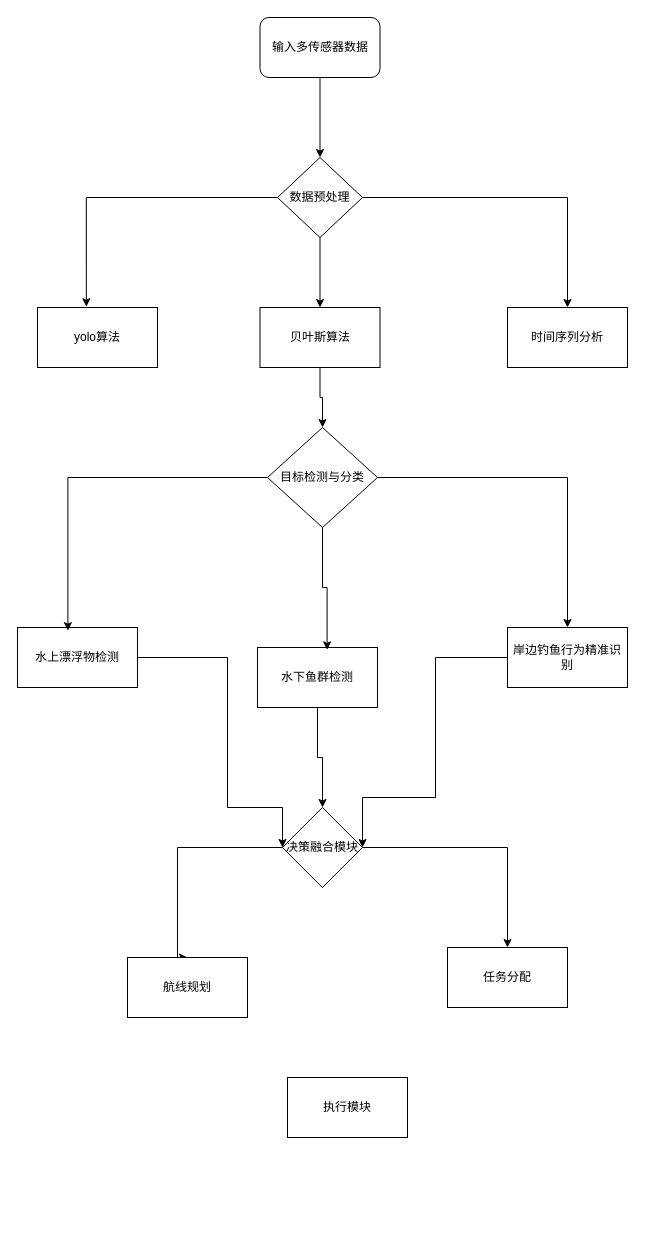
Earlier version of the draw.io diagram 未命名绘图.drawio (1487879421888/-Pake). Source tidied: cells renumbered, new cells numbered last; positions are measured from the earlier drawing's top-left corner, leaving out a move shared by most shapes. Both pictures are drawn from the tidied source at 100%, with x=0, y=0 at pixel (17, 17).
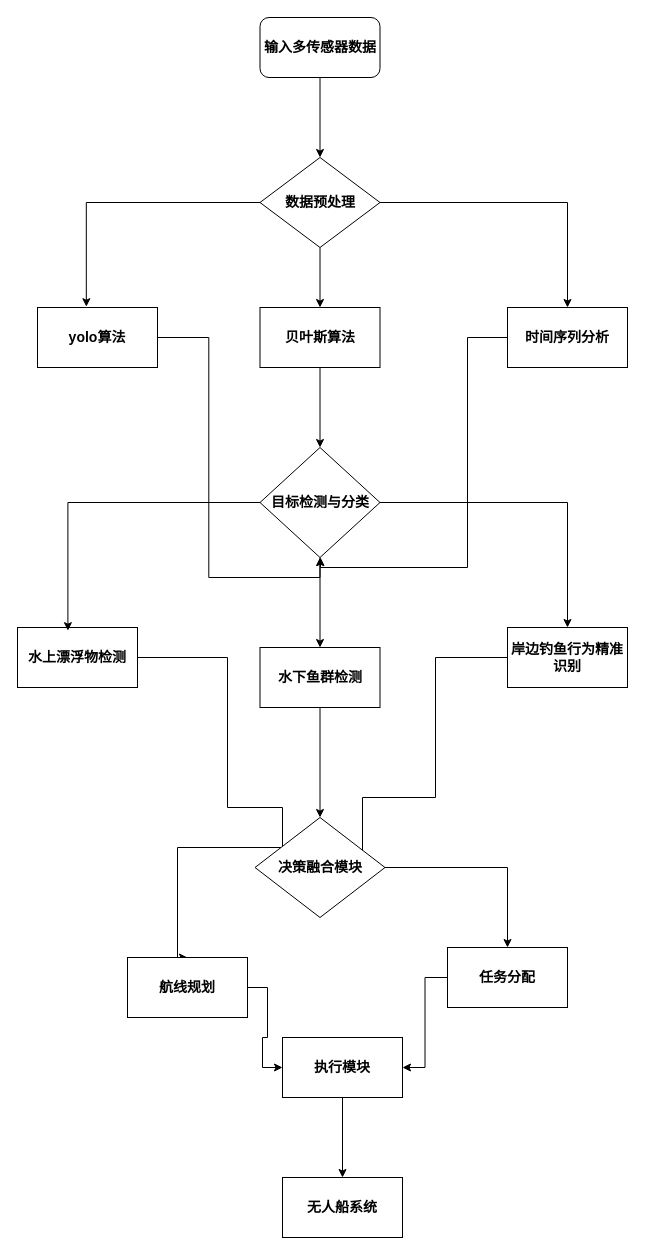
The same page after the edit.

Commit message:
更新未命名绘图.drawio

What changed in the source:
```diff
@@
-    <mxCell id="2" style="edgeStyle=orthogonalEdgeStyle;rounded=0;jettySize=auto;html=1;entryX=0.5;entryY=0;entryDx=0;entryDy=0;" parent="1" edge="1" source="3" target="6">
+    <mxCell id="2" style="edgeStyle=orthogonalEdgeStyle;rounded=0;jettySize=auto;html=1;entryX=0.5;entryY=0;entryDx=0;entryDy=0;strokeWidth=1;fontSize=14;fontStyle=1;" parent="1" edge="1" source="3" target="6">
       <mxGeometry relative="1" as="geometry" />
     </mxCell>
-    <mxCell id="3" value="输入多传感器数据" style="rounded=1;whiteSpace=wrap;html=1;" parent="1" vertex="1">
+    <mxCell id="3" value="输入多传感器数据" style="rounded=1;whiteSpace=wrap;html=1;strokeWidth=1;fontSize=14;fontStyle=1;" parent="1" vertex="1">
       <mxGeometry x="242.5" width="120" height="60" as="geometry" />
     </mxCell>
-    <mxCell id="4" style="edgeStyle=orthogonalEdgeStyle;rounded=0;jettySize=auto;html=1;entryX=0.5;entryY=0;entryDx=0;entryDy=0;" parent="1" edge="1" source="6" target="9">
+    <mxCell id="4" style="edgeStyle=orthogonalEdgeStyle;rounded=0;jettySize=auto;html=1;entryX=0.5;entryY=0;entryDx=0;entryDy=0;strokeWidth=1;fontSize=14;fontStyle=1;" parent="1" edge="1" source="6" target="9">
       <mxGeometry relative="1" as="geometry" />
     </mxCell>
-    <mxCell id="5" style="edgeStyle=orthogonalEdgeStyle;rounded=0;jettySize=auto;html=1;entryX=0.5;entryY=0;entryDx=0;entryDy=0;" parent="1" edge="1" source="6" target="10">
+    <mxCell id="5" style="edgeStyle=orthogonalEdgeStyle;rounded=0;jettySize=auto;html=1;entryX=0.5;entryY=0;entryDx=0;entryDy=0;strokeWidth=1;fontSize=14;fontStyle=1;" parent="1" edge="1" source="6" target="10">
       <mxGeometry relative="1" as="geometry" />
     </mxCell>
-    <mxCell id="6" value="数据预处理" style="rhombus;whiteSpace=wrap;html=1;" parent="1" vertex="1">
-      <mxGeometry x="260" y="140" width="85" height="80" as="geometry" />
+    <mxCell id="6" value="数据预处理" style="rhombus;whiteSpace=wrap;html=1;strokeWidth=1;fontSize=14;fontStyle=1;" parent="1" vertex="1">
+      <mxGeometry x="242.5" y="140" width="120" height="90" as="geometry" />
     </mxCell>
+    <mxCell id="28" style="edgeStyle=orthogonalEdgeStyle;rounded=0;jettySize=auto;html=1;entryX=0.5;entryY=1;entryDx=0;entryDy=0;fontStyle=1;" parent="1" edge="1" source="7" target="13">
+      <mxGeometry relative="1" as="geometry" />
+    </mxCell>
-    <mxCell id="7" value="yolo算法" style="rounded=0;whiteSpace=wrap;html=1;" parent="1" vertex="1">
+    <mxCell id="7" value="yolo算法" style="rounded=0;whiteSpace=wrap;html=1;strokeWidth=1;fontSize=14;fontStyle=1;" parent="1" vertex="1">
       <mxGeometry x="20" y="290" width="120" height="60" as="geometry" />
     </mxCell>
-    <mxCell id="8" style="edgeStyle=orthogonalEdgeStyle;rounded=0;jettySize=auto;html=1;" parent="1" edge="1" source="9" target="13">
+    <mxCell id="8" style="edgeStyle=orthogonalEdgeStyle;rounded=0;jettySize=auto;html=1;strokeWidth=1;fontSize=14;fontStyle=1;" parent="1" edge="1" source="9" target="13">
       <mxGeometry relative="1" as="geometry" />
     </mxCell>
-    <mxCell id="9" value="贝叶斯算法" style="rounded=0;whiteSpace=wrap;html=1;" parent="1" vertex="1">
+    <mxCell id="9" value="贝叶斯算法" style="rounded=0;whiteSpace=wrap;html=1;strokeWidth=1;fontSize=14;fontStyle=1;" parent="1" vertex="1">
       <mxGeometry x="242.5" y="290" width="120" height="60" as="geometry" />
     </mxCell>
-    <mxCell id="10" value="时间序列分析" style="rounded=0;whiteSpace=wrap;html=1;" parent="1" vertex="1">
+    <mxCell id="10" value="时间序列分析" style="rounded=0;whiteSpace=wrap;html=1;strokeWidth=1;fontSize=14;fontStyle=1;" parent="1" vertex="1">
       <mxGeometry x="490" y="290" width="120" height="60" as="geometry" />
     </mxCell>
-    <mxCell id="11" style="edgeStyle=orthogonalEdgeStyle;rounded=0;jettySize=auto;html=1;entryX=0.407;entryY=-0.013;entryDx=0;entryDy=0;entryPerimeter=0;" parent="1" edge="1" source="6" target="7">
+    <mxCell id="11" style="edgeStyle=orthogonalEdgeStyle;rounded=0;jettySize=auto;html=1;entryX=0.407;entryY=-0.013;entryDx=0;entryDy=0;entryPerimeter=0;strokeWidth=1;fontSize=14;fontStyle=1;" parent="1" edge="1" source="6" target="7">
       <mxGeometry relative="1" as="geometry" />
     </mxCell>
-    <mxCell id="12" style="edgeStyle=orthogonalEdgeStyle;rounded=0;jettySize=auto;html=1;entryX=0.5;entryY=0;entryDx=0;entryDy=0;" parent="1" edge="1" source="13" target="15">
+    <mxCell id="12" style="edgeStyle=orthogonalEdgeStyle;rounded=0;jettySize=auto;html=1;entryX=0.5;entryY=0;entryDx=0;entryDy=0;strokeWidth=1;fontSize=14;fontStyle=1;" parent="1" edge="1" source="13" target="15">
       <mxGeometry relative="1" as="geometry" />
     </mxCell>
-    <mxCell id="13" value="目标检测与分类" style="rhombus;whiteSpace=wrap;html=1;rounded=0;" parent="1" vertex="1">
-      <mxGeometry x="250" y="410" width="110" height="100" as="geometry" />
-    </mxCell>
-    <mxCell id="14" style="edgeStyle=orthogonalEdgeStyle;rounded=0;jettySize=auto;html=1;entryX=1;entryY=0.5;entryDx=0;entryDy=0;" parent="1" edge="1" source="15" target="24">
+    <mxCell id="14" style="edgeStyle=orthogonalEdgeStyle;rounded=0;jettySize=auto;html=1;entryX=1;entryY=0.5;entryDx=0;entryDy=0;strokeWidth=1;fontSize=14;fontStyle=1;" parent="1" edge="1" source="15" target="24">
       <mxGeometry relative="1" as="geometry">
         <Array as="points">
           <mxPoint x="418" y="640" />
           <mxPoint x="418" y="780" />
           <mxPoint x="345" y="780" />
         </Array>
       </mxGeometry>
     </mxCell>
-    <mxCell id="15" value="岸边钓鱼行为精准识别" style="rounded=0;whiteSpace=wrap;html=1;" parent="1" vertex="1">
+    <mxCell id="15" value="岸边钓鱼行为精准识别" style="rounded=0;whiteSpace=wrap;html=1;strokeWidth=1;fontSize=14;fontStyle=1;" parent="1" vertex="1">
       <mxGeometry x="490" y="610" width="120" height="60" as="geometry" />
     </mxCell>
-    <mxCell id="16" style="edgeStyle=orthogonalEdgeStyle;rounded=0;jettySize=auto;html=1;" parent="1" edge="1" source="17" target="24">
+    <mxCell id="16" style="edgeStyle=orthogonalEdgeStyle;rounded=0;jettySize=auto;html=1;strokeWidth=1;fontSize=14;fontStyle=1;" parent="1" edge="1" source="17" target="24">
       <mxGeometry relative="1" as="geometry" />
     </mxCell>
-    <mxCell id="17" value="水下鱼群检测" style="rounded=0;whiteSpace=wrap;html=1;" parent="1" vertex="1">
-      <mxGeometry x="240" y="630" width="120" height="60" as="geometry" />
+    <mxCell id="17" value="水下鱼群检测" style="rounded=0;whiteSpace=wrap;html=1;strokeWidth=1;fontSize=14;fontStyle=1;" parent="1" vertex="1">
+      <mxGeometry x="242.5" y="630" width="120" height="60" as="geometry" />
     </mxCell>
-    <mxCell id="18" style="edgeStyle=orthogonalEdgeStyle;rounded=0;jettySize=auto;html=1;entryX=0;entryY=0.5;entryDx=0;entryDy=0;" parent="1" edge="1" source="19" target="24">
+    <mxCell id="18" style="edgeStyle=orthogonalEdgeStyle;rounded=0;jettySize=auto;html=1;entryX=0;entryY=0.5;entryDx=0;entryDy=0;strokeWidth=1;fontSize=14;fontStyle=1;" parent="1" edge="1" source="19" target="24">
       <mxGeometry relative="1" as="geometry">
         <Array as="points">
           <mxPoint x="210" y="640" />
           <mxPoint x="210" y="790" />
           <mxPoint x="265" y="790" />
         </Array>
       </mxGeometry>
     </mxCell>
-    <mxCell id="19" value="水上漂浮物检测" style="rounded=0;whiteSpace=wrap;html=1;" parent="1" vertex="1">
+    <mxCell id="19" value="水上漂浮物检测" style="rounded=0;whiteSpace=wrap;html=1;strokeWidth=1;fontSize=14;fontStyle=1;" parent="1" vertex="1">
       <mxGeometry y="610" width="120" height="60" as="geometry" />
     </mxCell>
-    <mxCell id="20" style="edgeStyle=orthogonalEdgeStyle;rounded=0;jettySize=auto;html=1;entryX=0.42;entryY=0.053;entryDx=0;entryDy=0;entryPerimeter=0;" parent="1" edge="1" source="13" target="19">
+    <mxCell id="20" style="edgeStyle=orthogonalEdgeStyle;rounded=0;jettySize=auto;html=1;entryX=0.42;entryY=0.053;entryDx=0;entryDy=0;entryPerimeter=0;strokeWidth=1;fontSize=14;fontStyle=1;" parent="1" edge="1" source="13" target="19">
       <mxGeometry relative="1" as="geometry" />
     </mxCell>
-    <mxCell id="21" style="edgeStyle=orthogonalEdgeStyle;rounded=0;jettySize=auto;html=1;entryX=0.58;entryY=0.04;entryDx=0;entryDy=0;entryPerimeter=0;" parent="1" edge="1" source="13" target="17">
+    <mxCell id="21" style="edgeStyle=orthogonalEdgeStyle;rounded=0;jettySize=auto;html=1;strokeWidth=1;fontSize=14;fontStyle=1;" parent="1" edge="1" source="13" target="17">
       <mxGeometry relative="1" as="geometry" />
     </mxCell>
-    <mxCell id="22" style="edgeStyle=orthogonalEdgeStyle;rounded=0;jettySize=auto;html=1;entryX=0.5;entryY=0;entryDx=0;entryDy=0;" parent="1" edge="1" source="24" target="25">
+    <mxCell id="22" style="edgeStyle=orthogonalEdgeStyle;rounded=0;jettySize=auto;html=1;entryX=0.5;entryY=0;entryDx=0;entryDy=0;strokeWidth=1;fontSize=14;fontStyle=1;" parent="1" edge="1" source="24" target="25">
       <mxGeometry relative="1" as="geometry">
         <Array as="points">
           <mxPoint x="160" y="830" />
         </Array>
       </mxGeometry>
     </mxCell>
-    <mxCell id="23" style="edgeStyle=orthogonalEdgeStyle;rounded=0;jettySize=auto;html=1;" parent="1" edge="1" source="24" target="26">
+    <mxCell id="23" style="edgeStyle=orthogonalEdgeStyle;rounded=0;jettySize=auto;html=1;strokeWidth=1;fontSize=14;fontStyle=1;" parent="1" edge="1" source="24" target="26">
       <mxGeometry relative="1" as="geometry" />
     </mxCell>
-    <mxCell id="24" value="决策融合模块" style="rhombus;whiteSpace=wrap;html=1;rounded=0;" parent="1" vertex="1">
-      <mxGeometry x="265" y="790" width="80" height="80" as="geometry" />
+    <mxCell id="24" value="决策融合模块" style="rhombus;whiteSpace=wrap;html=1;rounded=0;strokeWidth=1;fontSize=14;fontStyle=1;" parent="1" vertex="1">
+      <mxGeometry x="237.5" y="800" width="130" height="100" as="geometry" />
     </mxCell>
+    <mxCell id="29" style="edgeStyle=orthogonalEdgeStyle;rounded=0;jettySize=auto;html=1;entryX=0;entryY=0.5;entryDx=0;entryDy=0;strokeWidth=1;fontSize=14;fontStyle=1;" parent="1" edge="1" source="25" target="27">
+      <mxGeometry relative="1" as="geometry" />
+    </mxCell>
-    <mxCell id="25" value="航线规划" style="rounded=0;whiteSpace=wrap;html=1;" parent="1" vertex="1">
+    <mxCell id="25" value="航线规划" style="rounded=0;whiteSpace=wrap;html=1;strokeWidth=1;fontSize=14;fontStyle=1;" parent="1" vertex="1">
       <mxGeometry x="110" y="940" width="120" height="60" as="geometry" />
     </mxCell>
+    <mxCell id="30" style="edgeStyle=orthogonalEdgeStyle;rounded=0;jettySize=auto;html=1;entryX=1;entryY=0.5;entryDx=0;entryDy=0;strokeWidth=1;fontSize=14;fontStyle=1;" parent="1" edge="1" source="26" target="27">
+      <mxGeometry relative="1" as="geometry" />
+    </mxCell>
-    <mxCell id="26" value="任务分配" style="rounded=0;whiteSpace=wrap;html=1;" parent="1" vertex="1">
+    <mxCell id="26" value="任务分配" style="rounded=0;whiteSpace=wrap;html=1;strokeWidth=1;fontSize=14;fontStyle=1;" parent="1" vertex="1">
       <mxGeometry x="430" y="930" width="120" height="60" as="geometry" />
     </mxCell>
+    <mxCell id="31" style="edgeStyle=orthogonalEdgeStyle;rounded=0;jettySize=auto;html=1;entryX=0.5;entryY=0;entryDx=0;entryDy=0;strokeWidth=1;fontSize=14;fontStyle=1;" parent="1" edge="1" source="27" target="32">
+      <mxGeometry relative="1" as="geometry" />
+    </mxCell>
-    <mxCell id="27" value="执行模块" style="rounded=0;whiteSpace=wrap;html=1;" parent="1" vertex="1">
-      <mxGeometry x="270" y="1060" width="120" height="60" as="geometry" />
+    <mxCell id="27" value="执行模块" style="rounded=0;whiteSpace=wrap;html=1;strokeWidth=1;fontSize=14;fontStyle=1;" parent="1" vertex="1">
+      <mxGeometry x="265" y="1020" width="120" height="60" as="geometry" />
     </mxCell>
+    <mxCell id="32" value="无人船系统" style="rounded=0;whiteSpace=wrap;html=1;strokeWidth=1;fontSize=14;fontStyle=1;" parent="1" vertex="1">
+      <mxGeometry x="265" y="1160" width="120" height="60" as="geometry" />
+    </mxCell>
+    <mxCell id="33" style="edgeStyle=orthogonalEdgeStyle;rounded=0;jettySize=auto;html=1;fontStyle=1;" parent="1" edge="1" source="10">
+      <mxGeometry relative="1" as="geometry">
+        <mxPoint x="303" y="540" as="targetPoint" />
+        <Array as="points">
+          <mxPoint x="450" y="320" />
+          <mxPoint x="450" y="550" />
+          <mxPoint x="303" y="550" />
+        </Array>
+      </mxGeometry>
+    </mxCell>
+    <mxCell id="13" value="目标检测与分类" style="rhombus;whiteSpace=wrap;html=1;rounded=0;strokeWidth=1;fontSize=14;fontStyle=1;" parent="1" vertex="1">
+      <mxGeometry x="242.5" y="430" width="120" height="110" as="geometry" />
+    </mxCell>
```
